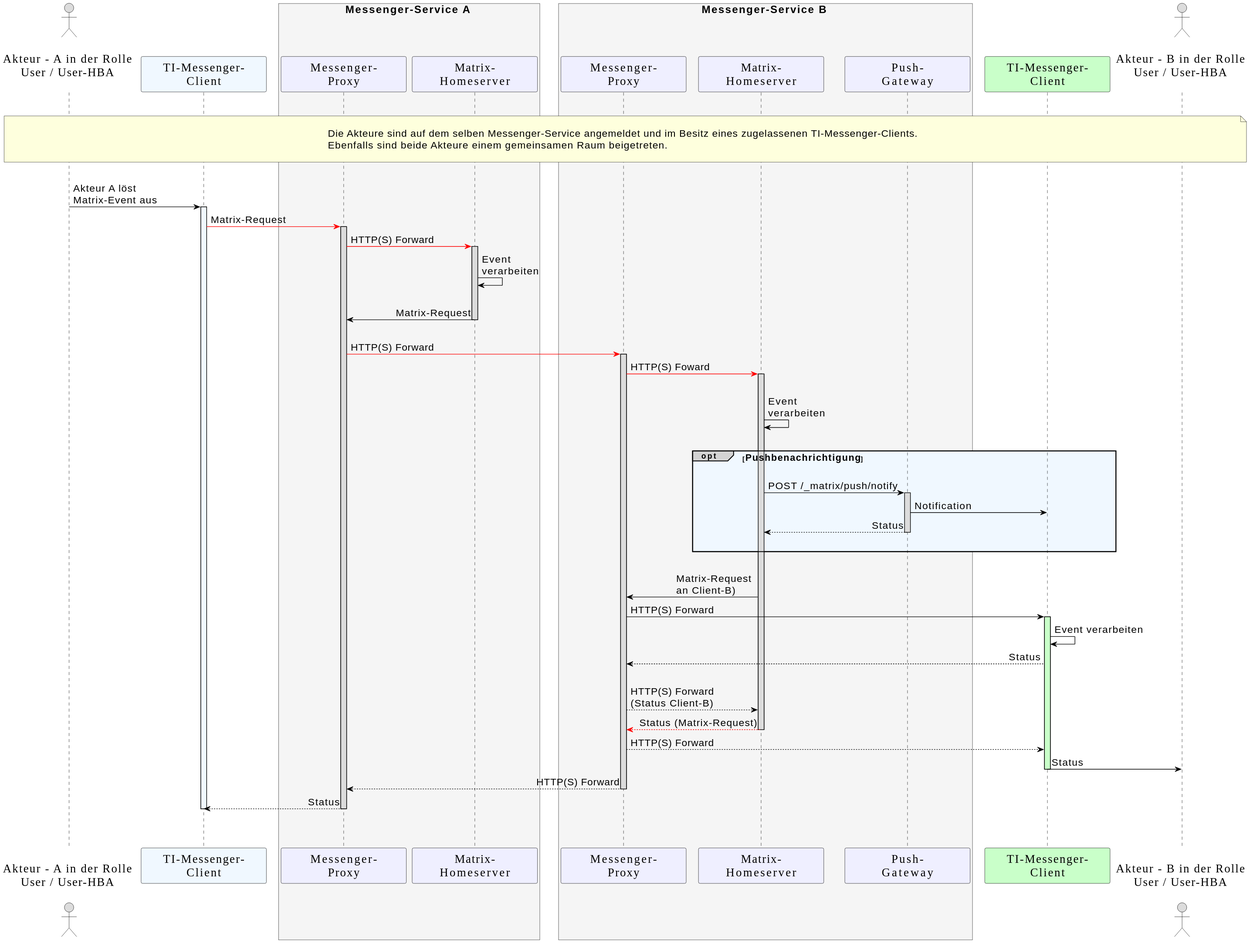
Earlier version of the PlantUML export images/diagrams/TI-Messenger-Dienst/Ressourcen/UC_10062_Seq.svg (gematik/api-ti-messenger).
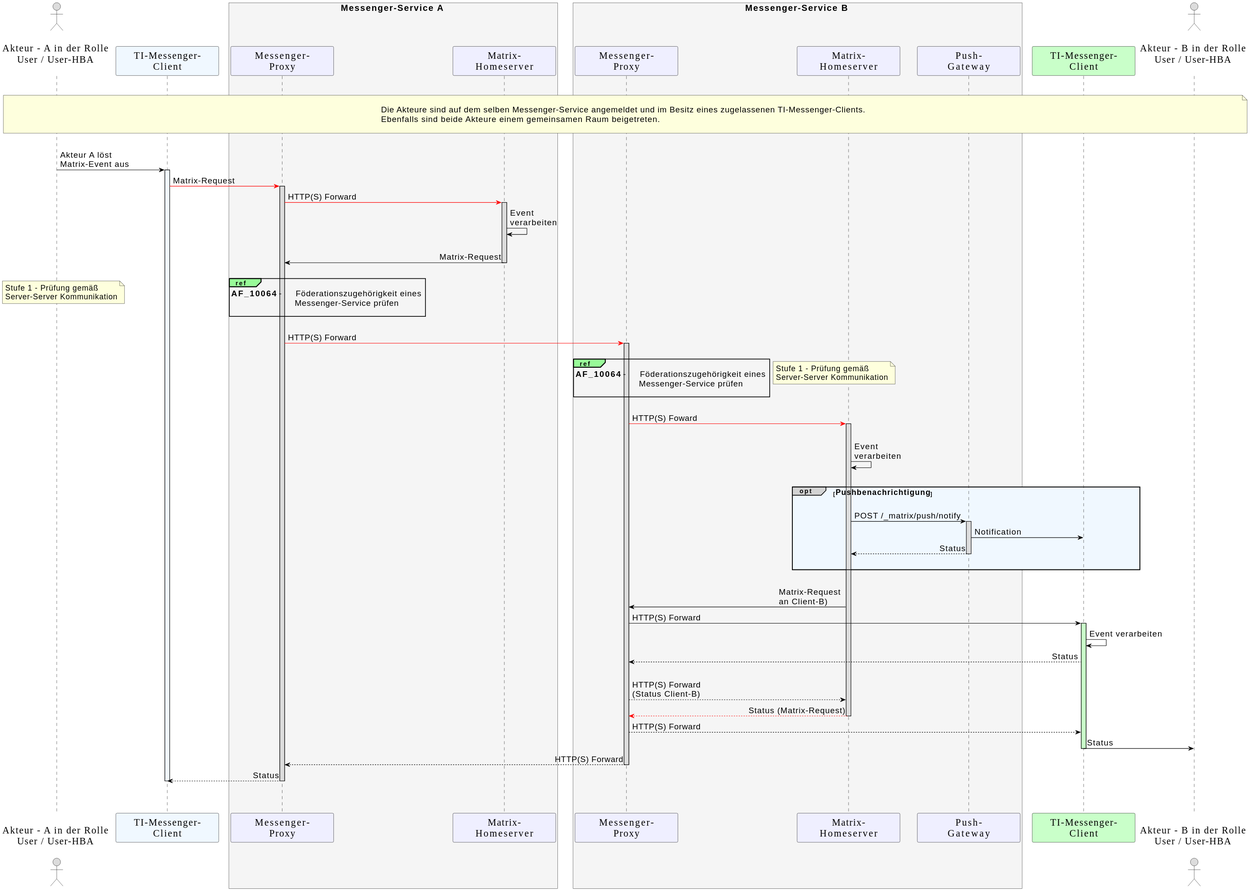
After the change.

The edit, as a diff of the source:
```diff
@@ -47,19 +47,25 @@
     activate C1 #AliceBlue
   C1-[#red]>MP1: Matrix-Request
     activate MP1
-
   MP1-[#red]>MH1: HTTP(S) Forward
     activate MH1
   MH1->MH1: Event \nverarbeiten
   |||
   MH1->MP1: Matrix-Request
     deactivate MH1
+    |||
+    ref over MP1, MP1: <size:17>**AF_10064** - \tFöderationszugehörigkeit eines \n<size:17>        \tMessenger-Service prüfen</size>\n
+    note left: <size:16>Stufe 1 - Prüfung gemäß </size>\n<size:16>Server-Server Kommunikation</size>
   |||
   MP1-[#red]>MP2: HTTP(S) Forward
     activate MP2
-
+  |||
+  ref over MP2, MP2: <size:17>**AF_10064** - \tFöderationszugehörigkeit eines \n<size:17>        \tMessenger-Service prüfen</size>\n
+  note right: <size:16>Stufe 1 - Prüfung gemäß </size>\n<size:16>Server-Server Kommunikation</size>
+  |||
   MP2-[#red]>MH2: HTTP(S) Foward
   |||
+
     activate MH2
   MH2->MH2: Event \nverarbeiten
   |||
```
